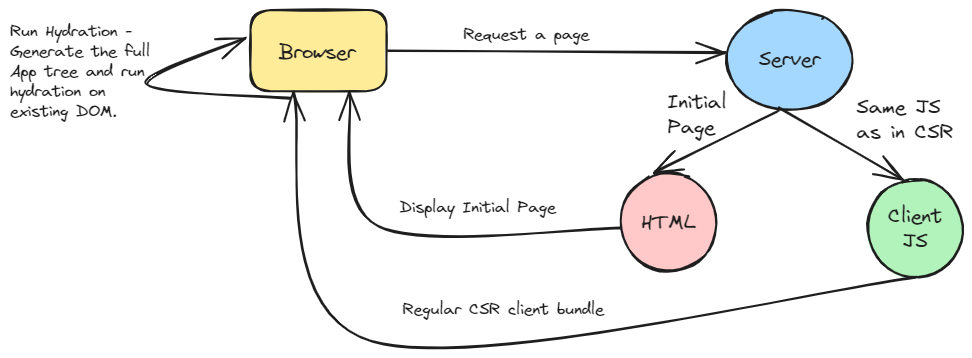
The Excalidraw diagram static/img/ssr-rendering.excalidraw.png in swaroopar/inprogress-engineer, before a commit. Source tidied: one line per element, renumbered; positions are measured from the earlier drawing's top-left corner, leaving out a move shared by most shapes.
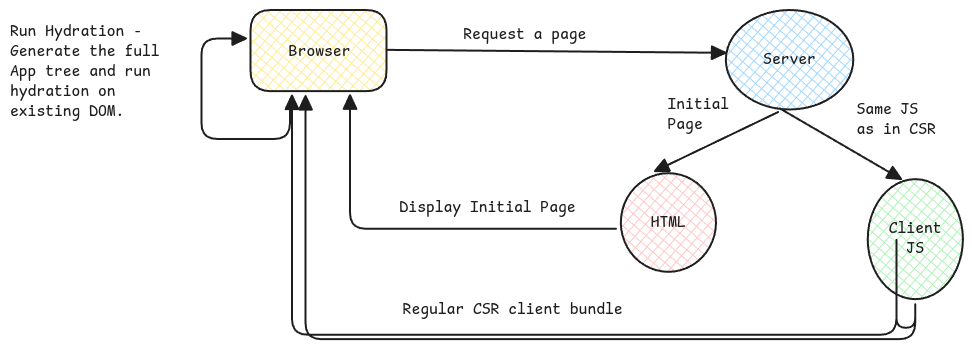
The same diagram one commit later.

The edit, as a diff of the source:
```diff
@@ -1,20 +1,20 @@
-{"id": 0, "type": "ellipse", "strokeColor": "#1e1e1e", "backgroundColor": "#a5d8ff", "fillStyle": "solid", "strokeWidth": 2, "roughness": 1, "round": true, "x": 716, "y": 0, "width": 128, "height": 99}
+{"id": 0, "type": "ellipse", "strokeColor": "#1e1e1e", "backgroundColor": "#a5d8ff", "fillStyle": "cross-hatch", "strokeWidth": 2, "roughness": 0, "round": true, "x": 716, "y": 0, "width": 128, "height": 99}
-{"id": 1, "type": "text", "text": "Server", "strokeColor": "#1e1e1e", "backgroundColor": "#ffec99", "fillStyle": "solid", "strokeWidth": 2, "roughness": 1, "fontSize": 20, "fontFamily": 1, "textAlign": "center", "verticalAlign": "middle", "inside": 0, "x": 749, "y": 37, "width": 62, "height": 25}
+{"id": 1, "type": "text", "text": "Server", "strokeColor": "#1e1e1e", "backgroundColor": "#ffec99", "fillStyle": "solid", "strokeWidth": 2, "roughness": 1, "fontSize": 16, "fontFamily": 8, "textAlign": "center", "verticalAlign": "middle", "inside": 0, "x": 753, "y": 40, "width": 53, "height": 20}
-{"id": 2, "type": "rectangle", "strokeColor": "#1e1e1e", "backgroundColor": "#ffec99", "fillStyle": "solid", "strokeWidth": 2, "roughness": 1, "round": true, "x": 241, "y": 0, "width": 136, "height": 81}
+{"id": 2, "type": "rectangle", "strokeColor": "#1e1e1e", "backgroundColor": "#ffec99", "fillStyle": "cross-hatch", "strokeWidth": 2, "roughness": 0, "round": true, "x": 241, "y": 0, "width": 136, "height": 81}
-{"id": 3, "type": "text", "text": "Browser", "strokeColor": "#1e1e1e", "backgroundColor": "#a5d8ff", "fillStyle": "solid", "strokeWidth": 2, "roughness": 1, "fontSize": 20, "fontFamily": 1, "x": 269, "y": 30, "width": 77, "height": 25}
+{"id": 3, "type": "text", "text": "Browser", "strokeColor": "#1e1e1e", "backgroundColor": "#a5d8ff", "fillStyle": "cross-hatch", "strokeWidth": 2, "roughness": 0, "fontSize": 16, "fontFamily": 8, "x": 279, "y": 32, "width": 62, "height": 20}
-{"id": 4, "type": "arrow", "strokeColor": "#1e1e1e", "backgroundColor": "#ffec99", "fillStyle": "solid", "strokeWidth": 2, "roughness": 1, "endArrowhead": "arrow", "round": true, "from": 2, "to": 0, "x": 378, "y": 40, "width": 337, "height": 3, "points": [[0, 0], [337, 3]]}
+{"id": 4, "type": "arrow", "strokeColor": "#1e1e1e", "backgroundColor": "#ffec99", "fillStyle": "cross-hatch", "strokeWidth": 2, "roughness": 0, "endArrowhead": "triangle", "round": true, "from": 2, "to": 0, "x": 378, "y": 40, "width": 337, "height": 3, "points": [[0, 0], [337, 3]]}
-{"id": 5, "type": "ellipse", "strokeColor": "#1e1e1e", "backgroundColor": "#ffc9c9", "fillStyle": "solid", "strokeWidth": 2, "roughness": 1, "round": true, "x": 611, "y": 163, "width": 95, "height": 99}
+{"id": 5, "type": "ellipse", "strokeColor": "#1e1e1e", "backgroundColor": "#ffc9c9", "fillStyle": "cross-hatch", "strokeWidth": 2, "roughness": 0, "round": true, "x": 611, "y": 163, "width": 95, "height": 99}
-{"id": 6, "type": "text", "text": "HTML", "strokeColor": "#1e1e1e", "backgroundColor": "#ffc9c9", "fillStyle": "solid", "strokeWidth": 2, "roughness": 1, "fontSize": 20, "fontFamily": 1, "textAlign": "center", "verticalAlign": "middle", "inside": 5, "x": 631, "y": 200, "width": 54, "height": 25}
+{"id": 6, "type": "text", "text": "HTML", "strokeColor": "#1e1e1e", "backgroundColor": "#ffc9c9", "fillStyle": "solid", "strokeWidth": 2, "roughness": 1, "fontSize": 16, "fontFamily": 8, "textAlign": "center", "verticalAlign": "middle", "inside": 5, "x": 641, "y": 203, "width": 35, "height": 20}
-{"id": 7, "type": "ellipse", "strokeColor": "#1e1e1e", "backgroundColor": "#b2f2bb", "fillStyle": "solid", "strokeWidth": 2, "roughness": 1, "round": true, "x": 858, "y": 169, "width": 95, "height": 99}
+{"id": 7, "type": "ellipse", "strokeColor": "#1e1e1e", "backgroundColor": "#b2f2bb", "fillStyle": "cross-hatch", "strokeWidth": 2, "roughness": 0, "round": true, "x": 858, "y": 169, "width": 95, "height": 120}
-{"id": 8, "type": "text", "text": "Client\nJS", "strokeColor": "#1e1e1e", "backgroundColor": "#ffc9c9", "fillStyle": "solid", "strokeWidth": 2, "roughness": 1, "fontSize": 20, "fontFamily": 1, "textAlign": "center", "verticalAlign": "middle", "inside": 7, "x": 878, "y": 194, "width": 54, "height": 50}
+{"id": 8, "type": "text", "text": "Client\nJS", "strokeColor": "#1e1e1e", "backgroundColor": "#ffc9c9", "fillStyle": "solid", "strokeWidth": 2, "roughness": 1, "fontSize": 16, "fontFamily": 8, "textAlign": "center", "verticalAlign": "middle", "inside": 7, "x": 879, "y": 209, "width": 53, "height": 40}
-{"id": 9, "type": "arrow", "strokeColor": "#1e1e1e", "backgroundColor": "#b2f2bb", "fillStyle": "solid", "strokeWidth": 2, "roughness": 1, "endArrowhead": "arrow", "round": true, "from": 0, "to": 5, "x": 768, "y": 102, "width": 123, "height": 59, "points": [[0, 0], [-123, 59]]}
+{"id": 9, "type": "arrow", "strokeColor": "#1e1e1e", "backgroundColor": "#b2f2bb", "fillStyle": "cross-hatch", "strokeWidth": 2, "roughness": 0, "endArrowhead": "triangle", "round": true, "from": 0, "to": 5, "x": 768, "y": 102, "width": 123, "height": 59, "points": [[0, 0], [-123, 59]]}
-{"id": 10, "type": "arrow", "strokeColor": "#1e1e1e", "backgroundColor": "#b2f2bb", "fillStyle": "solid", "strokeWidth": 2, "roughness": 1, "endArrowhead": "arrow", "round": true, "to": 7, "x": 770, "y": 98, "width": 122, "height": 71, "points": [[0, 0], [122, 71]]}
+{"id": 10, "type": "arrow", "strokeColor": "#1e1e1e", "backgroundColor": "#b2f2bb", "fillStyle": "cross-hatch", "strokeWidth": 2, "roughness": 0, "endArrowhead": "triangle", "round": true, "to": 7, "x": 770, "y": 98, "width": 122, "height": 71, "points": [[0, 0], [122, 71]]}
-{"id": 11, "type": "text", "text": "Initial\nPage", "strokeColor": "#1e1e1e", "backgroundColor": "#b2f2bb", "fillStyle": "solid", "strokeWidth": 2, "roughness": 1, "fontSize": 20, "fontFamily": 1, "x": 658, "y": 80, "width": 59, "height": 50}
+{"id": 11, "type": "text", "text": "Initial\nPage", "strokeColor": "#1e1e1e", "backgroundColor": "#b2f2bb", "fillStyle": "cross-hatch", "strokeWidth": 2, "roughness": 0, "fontSize": 16, "fontFamily": 8, "x": 658, "y": 85, "width": 62, "height": 40}
-{"id": 12, "type": "text", "text": "Same JS \nas in CSR", "strokeColor": "#1e1e1e", "backgroundColor": "#b2f2bb", "fillStyle": "solid", "strokeWidth": 2, "roughness": 1, "fontSize": 20, "fontFamily": 1, "x": 847, "y": 85, "width": 97, "height": 50}
+{"id": 12, "type": "text", "text": "Same JS \nas in CSR", "strokeColor": "#1e1e1e", "backgroundColor": "#b2f2bb", "fillStyle": "cross-hatch", "strokeWidth": 2, "roughness": 0, "fontSize": 16, "fontFamily": 8, "x": 847, "y": 90, "width": 79, "height": 40}
-{"id": 13, "type": "arrow", "strokeColor": "#1e1e1e", "backgroundColor": "#b2f2bb", "fillStyle": "solid", "strokeWidth": 2, "roughness": 1, "endArrowhead": "arrow", "round": true, "from": 5, "to": 2, "x": 610, "y": 218, "width": 271, "height": 136, "points": [[0, 0], [-241, -3], [-271, -136]]}
+{"id": 13, "type": "arrow", "strokeColor": "#1e1e1e", "backgroundColor": "#b2f2bb", "fillStyle": "cross-hatch", "strokeWidth": 2, "roughness": 0, "endArrowhead": "triangle", "from": 5, "to": 2, "x": 606, "y": 219, "width": 266, "height": 134, "points": [[0, 0], [-266, 0], [-266, -134]]}
-{"id": 14, "type": "text", "text": "Display Initial Page", "strokeColor": "#1e1e1e", "backgroundColor": "#b2f2bb", "fillStyle": "solid", "strokeWidth": 2, "roughness": 1, "fontSize": 16, "fontFamily": 1, "x": 390, "y": 188, "width": 156, "height": 20}
+{"id": 14, "type": "text", "text": "Display Initial Page", "strokeColor": "#1e1e1e", "backgroundColor": "#b2f2bb", "fillStyle": "cross-hatch", "strokeWidth": 2, "roughness": 0, "fontSize": 16, "fontFamily": 8, "x": 390, "y": 188, "width": 176, "height": 20}
-{"id": 15, "type": "text", "text": "Regular CSR client bundle", "strokeColor": "#1e1e1e", "backgroundColor": "#b2f2bb", "fillStyle": "solid", "strokeWidth": 2, "roughness": 1, "fontSize": 16, "fontFamily": 1, "x": 393, "y": 290, "width": 201, "height": 20}
+{"id": 15, "type": "text", "text": "Regular CSR client bundle", "strokeColor": "#1e1e1e", "backgroundColor": "#b2f2bb", "fillStyle": "cross-hatch", "strokeWidth": 2, "roughness": 0, "fontSize": 16, "fontFamily": 8, "x": 393, "y": 290, "width": 220, "height": 20}
-{"id": 16, "type": "arrow", "strokeColor": "#1e1e1e", "backgroundColor": "#b2f2bb", "fillStyle": "solid", "strokeWidth": 2, "roughness": 1, "endArrowhead": "arrow", "round": true, "from": 7, "to": 2, "x": 906, "y": 268, "width": 622, "height": 249, "points": [[0, 0], [-544, 63], [-622, -186]]}
-{"id": 17, "type": "arrow", "strokeColor": "#1e1e1e", "backgroundColor": "#b2f2bb", "fillStyle": "solid", "strokeWidth": 2, "roughness": 1, "endArrowhead": "arrow", "round": true, "from": 2, "to": 2, "x": 280, "y": 89, "width": 144, "height": 61, "points": [[0, 0], [-144, -15], [-44, -61]]}
+{"id": 17, "type": "arrow", "strokeColor": "#1e1e1e", "backgroundColor": "#b2f2bb", "fillStyle": "cross-hatch", "strokeWidth": 2, "roughness": 0, "endArrowhead": "triangle", "from": 2, "to": 2, "x": 280, "y": 89, "width": 89, "height": 101, "points": [[0, 0], [0, 40], [-89, 40], [-89, -61], [-44, -61]]}
-{"id": 18, "type": "text", "text": "Run Hydration -\nGenerate the full \nApp tree and run \nhydration on \nexisting DOM.", "strokeColor": "#1e1e1e", "backgroundColor": "#b2f2bb", "fillStyle": "solid", "strokeWidth": 2, "roughness": 1, "fontSize": 16, "fontFamily": 1, "x": 0, "y": 12, "width": 148, "height": 100}
+{"id": 18, "type": "text", "text": "Run Hydration -\nGenerate the full \nApp tree and run \nhydration on \nexisting DOM.", "strokeColor": "#1e1e1e", "backgroundColor": "#b2f2bb", "fillStyle": "cross-hatch", "strokeWidth": 2, "roughness": 0, "fontSize": 16, "fontFamily": 8, "x": 0, "y": 12, "width": 158, "height": 100}
-{"id": 19, "type": "text", "text": "Request a page", "strokeColor": "#1e1e1e", "backgroundColor": "#b2f2bb", "fillStyle": "solid", "strokeWidth": 2, "roughness": 1, "fontSize": 16, "fontFamily": 1, "x": 453, "y": 15, "width": 126, "height": 20}
+{"id": 19, "type": "text", "text": "Request a page", "strokeColor": "#1e1e1e", "backgroundColor": "#b2f2bb", "fillStyle": "cross-hatch", "strokeWidth": 2, "roughness": 0, "fontSize": 16, "fontFamily": 8, "x": 453, "y": 15, "width": 123, "height": 20}
+{"id": 20, "type": "arrow", "strokeColor": "#1e1e1e", "strokeWidth": 2, "roughness": 0, "endArrowhead": "triangle", "from": 7, "to": 2, "x": 905, "y": 294, "width": 610, "height": 243, "points": [[0, 0], [0, 35], [-610, 35], [-610, -208]]}
```
